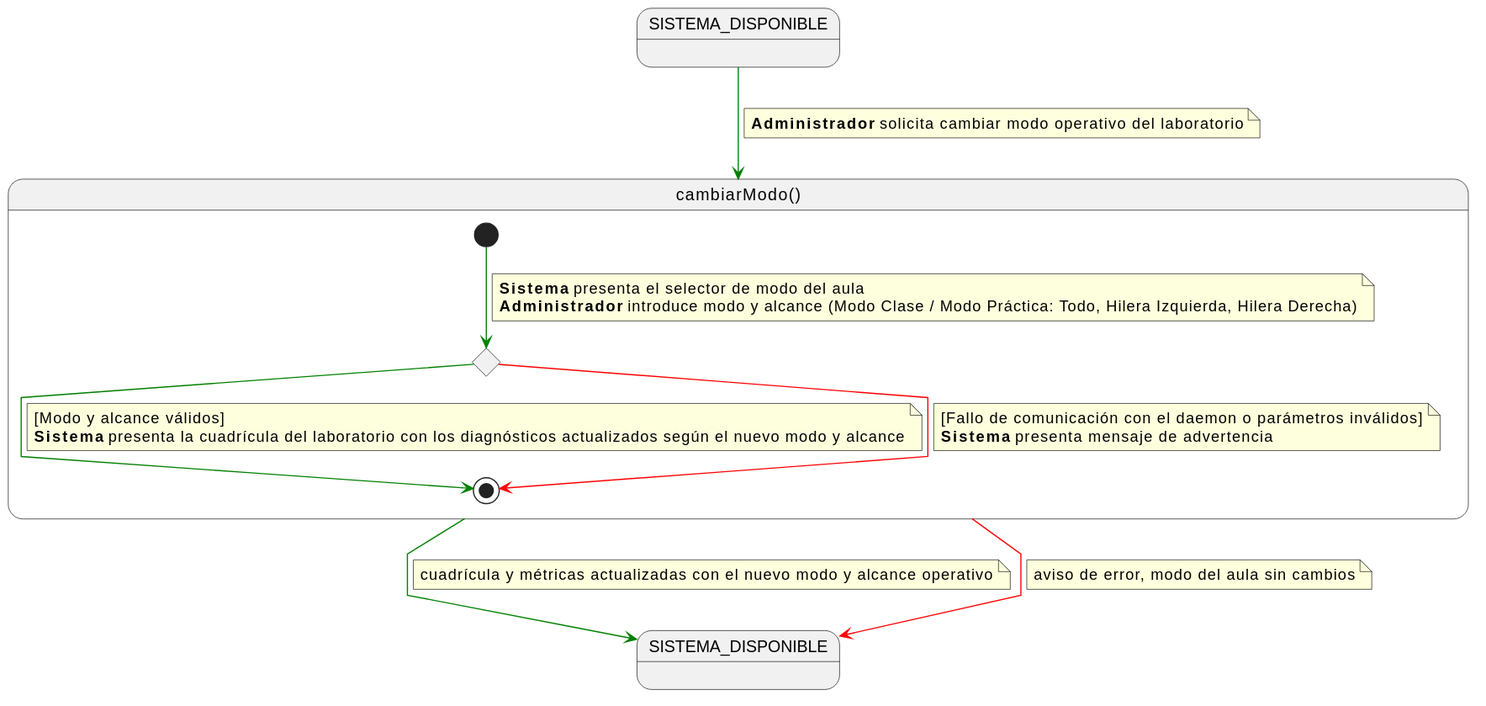
Before: images/01-requisitos/01-detalle-casos-uso/cambiarModo/especificacion.svg, a diagram exported from PlantUML (Carlos-Lima2510/mesh-panel).
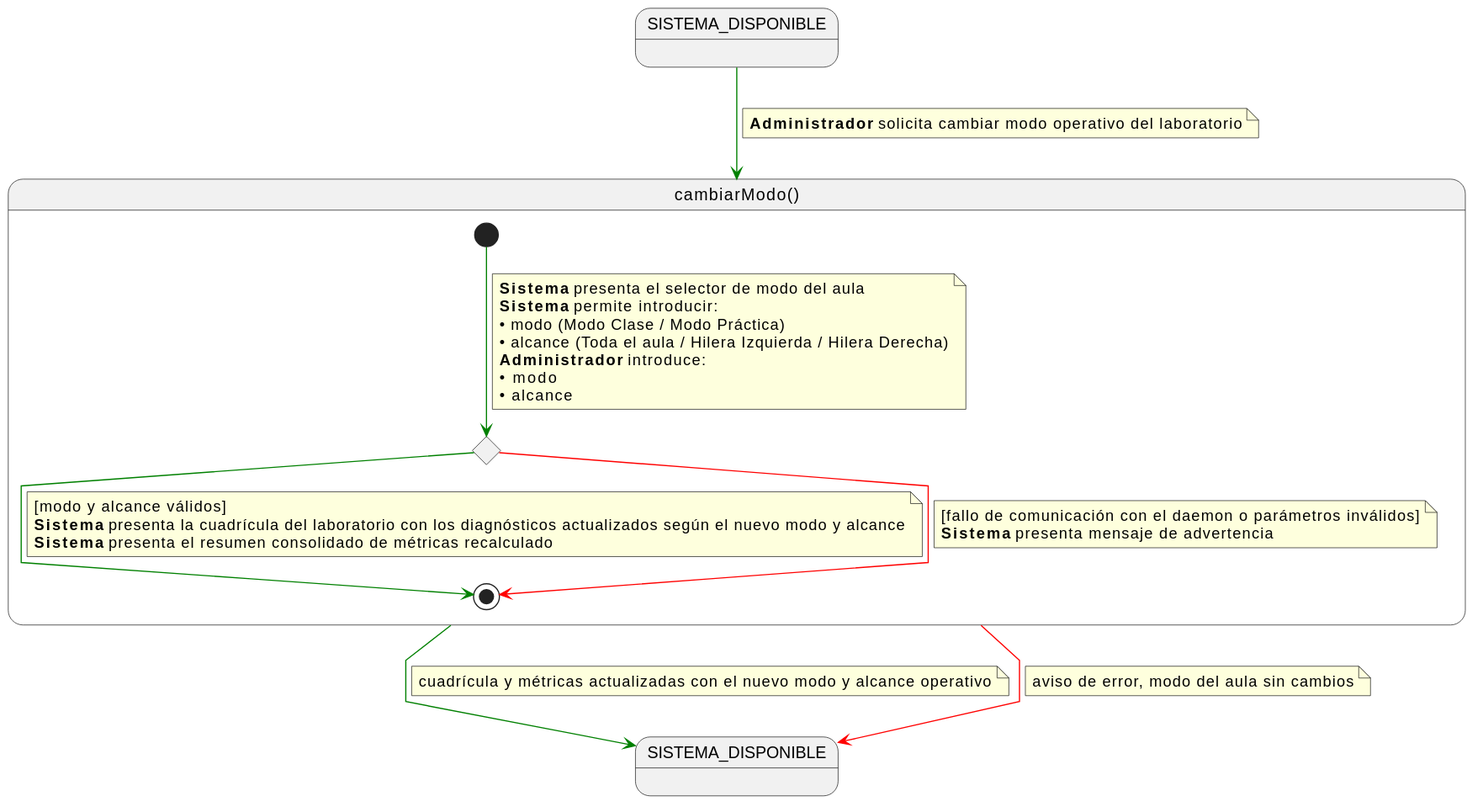
The same file after the commit.

Diff of the diagram source:
```diff
@@ -16,18 +16,24 @@
     [*] -[#green]-> c
     note on link
     <b>Sistema</b> presenta el selector de modo del aula
-    <b>Administrador</b> introduce modo y alcance (Modo Clase / Modo Práctica: Todo, Hilera Izquierda, Hilera Derecha)
+    <b>Sistema</b> permite introducir:
+    • modo (Modo Clase / Modo Práctica)
+    • alcance (Toda el aula / Hilera Izquierda / Hilera Derecha)
+    <b>Administrador</b> introduce:
+    • modo
+    • alcance
     end note
 
     c -[#green]-> [*]
     note on link
-    [Modo y alcance válidos]
+    [modo y alcance válidos]
     <b>Sistema</b> presenta la cuadrícula del laboratorio con los diagnósticos actualizados según el nuevo modo y alcance
+    <b>Sistema</b> presenta el resumen consolidado de métricas recalculado
     end note
 
     c -[#red]-> [*]
     note on link
-    [Fallo de comunicación con el daemon o parámetros inválidos]
+    [fallo de comunicación con el daemon o parámetros inválidos]
     <b>Sistema</b> presenta mensaje de advertencia
     end note
 }
```
